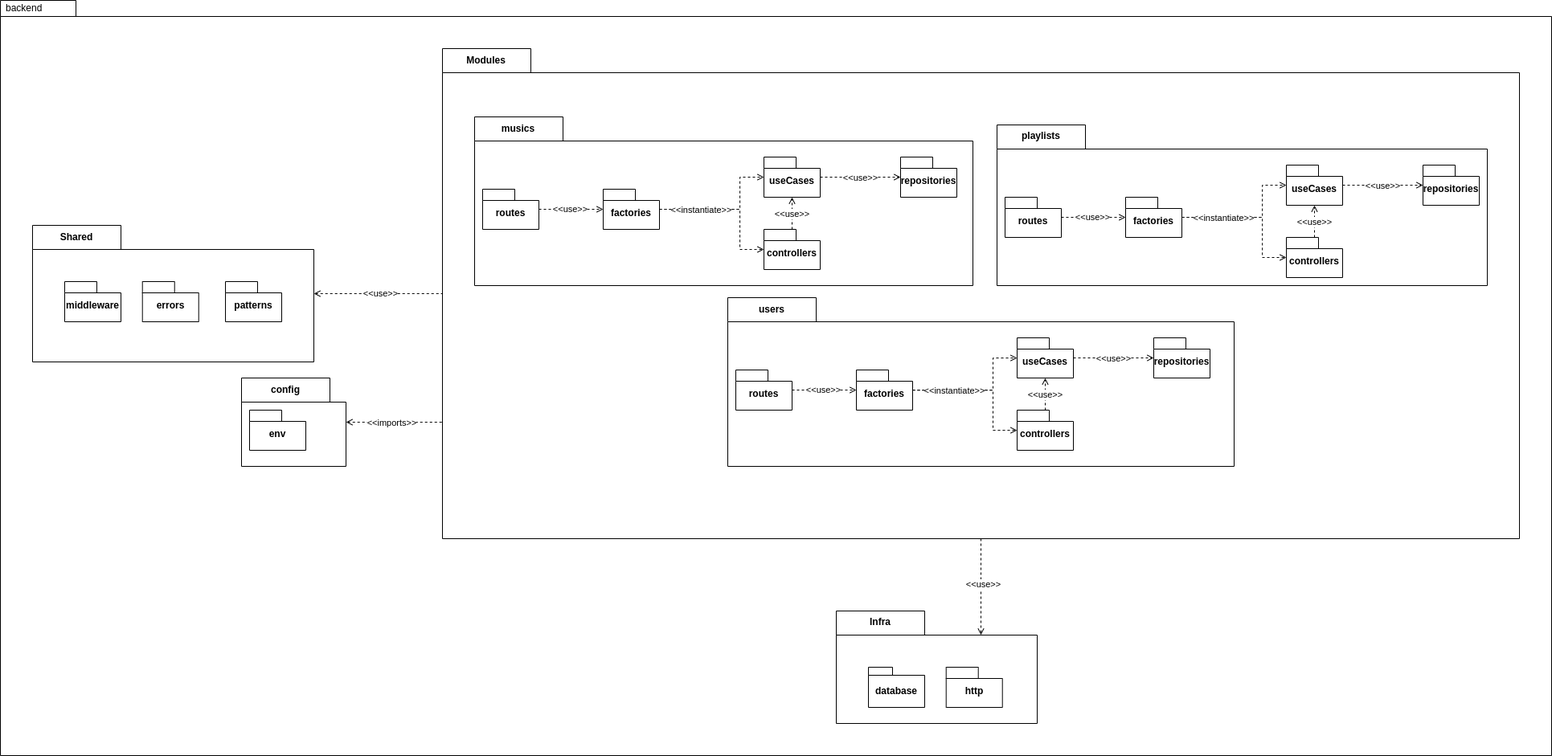
This is docs/assets/uml/DiagramaDePacotes.png from UnBArqDsw2024-1/2024.1_G10_My_Lyrics, a draw.io export, as it was before one commit. Source tidied: cells renumbered, new cells last; positions are measured from the earlier drawing's top-left corner, leaving out a move shared by most shapes.
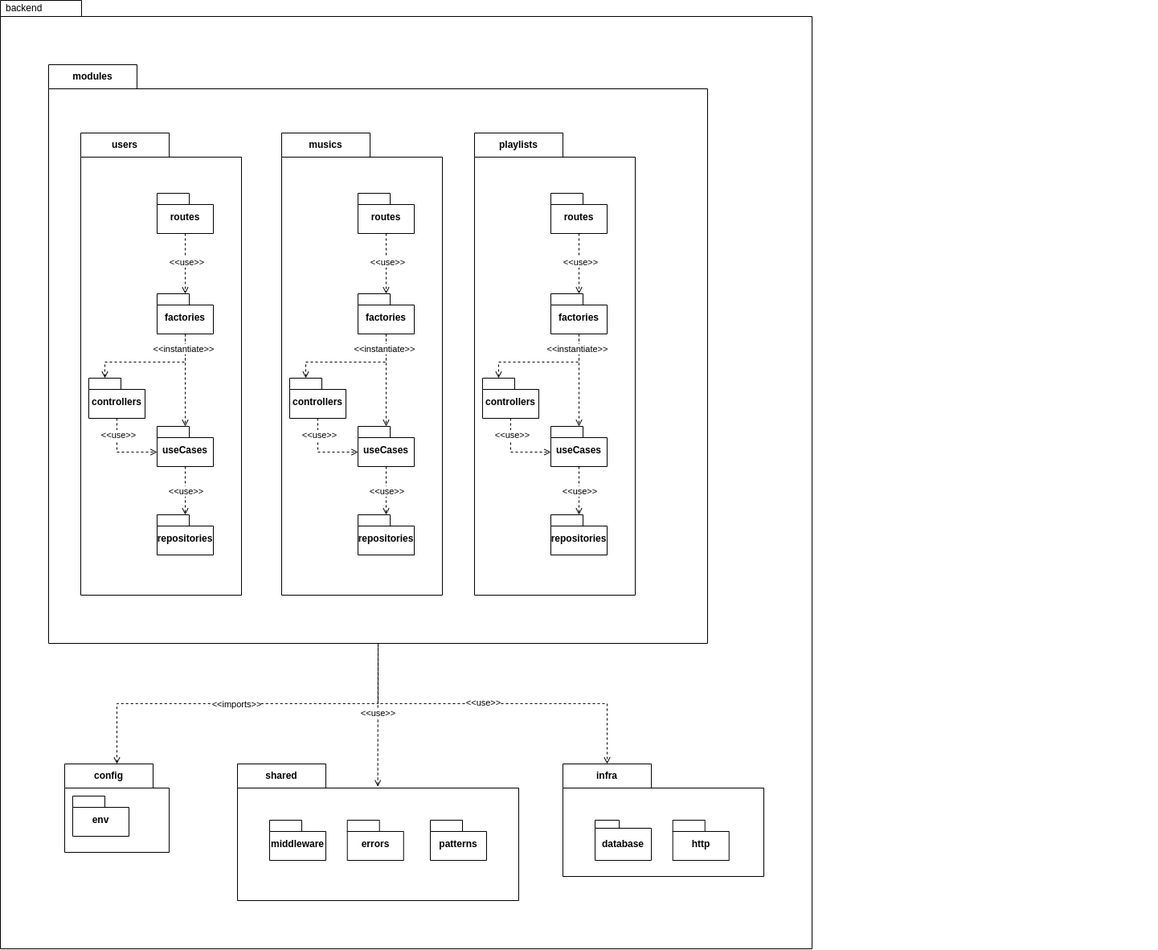
The same file after the commit.

The edit, as a diff of the source:
```diff
@@ -5,6 +5,6 @@
     <mxCell id="2" value="backend" style="shape=folder;xSize=90;align=left;spacingLeft=10;align=left;verticalAlign=top;spacingLeft=5;spacingTop=-4;tabWidth=70;tabHeight=20;tabPosition=left;html=1;" parent="1" vertex="1">
-      <mxGeometry width="1930" height="940" as="geometry" />
+      <mxGeometry x="20" y="1050" width="1010" height="1180" as="geometry" />
     </mxCell>
-    <mxCell id="3" value="Modules" style="shape=folder;fontStyle=1;tabWidth=110;tabHeight=30;tabPosition=left;html=1;boundedLbl=1;labelInHeader=1;whiteSpace=wrap;" parent="1" vertex="1">
-      <mxGeometry x="550" y="60" width="1340" height="610" as="geometry" />
+    <mxCell id="3" value="modules" style="shape=folder;fontStyle=1;tabWidth=110;tabHeight=30;tabPosition=left;html=1;boundedLbl=1;labelInHeader=1;whiteSpace=wrap;" parent="1" vertex="1">
+      <mxGeometry x="80" y="1130" width="820" height="720" as="geometry" />
     </mxCell>
@@ -16,3 +16,3 @@
     <mxCell id="5" value="users" style="shape=folder;fontStyle=1;tabWidth=110;tabHeight=30;tabPosition=left;html=1;boundedLbl=1;labelInHeader=1;whiteSpace=wrap;" parent="3" vertex="1">
-      <mxGeometry x="355" y="310" width="630" height="210" as="geometry" />
+      <mxGeometry x="40" y="85" width="200" height="575" as="geometry" />
     </mxCell>
@@ -23,7 +23,7 @@
     </mxCell>
-    <mxCell id="7" style="edgeStyle=orthogonalEdgeStyle;rounded=0;jettySize=auto;html=1;dashed=1;endArrow=open;endFill=0;" parent="5" edge="1" source="10" target="14">
+    <mxCell id="7" style="edgeStyle=orthogonalEdgeStyle;rounded=0;jettySize=auto;html=1;dashed=1;endArrow=open;endFill=0;entryX=0;entryY=0;entryDx=20;entryDy=0;entryPerimeter=0;" parent="5" edge="1" source="10" target="20">
       <mxGeometry relative="1" as="geometry">
         <Array as="points">
-          <mxPoint x="330" y="115" />
-          <mxPoint x="330" y="75" />
+          <mxPoint x="130" y="285" />
+          <mxPoint x="30" y="285" />
         </Array>
@@ -31,20 +31,13 @@
     </mxCell>
-    <mxCell id="8" style="edgeStyle=orthogonalEdgeStyle;rounded=0;jettySize=auto;html=1;endArrow=open;endFill=0;dashed=1;" parent="5" edge="1" source="10" target="20">
-      <mxGeometry relative="1" as="geometry">
-        <Array as="points">
-          <mxPoint x="330" y="115" />
-          <mxPoint x="330" y="165" />
-        </Array>
-      </mxGeometry>
+    <mxCell id="8" style="edgeStyle=orthogonalEdgeStyle;rounded=0;jettySize=auto;html=1;dashed=1;endArrow=open;endFill=0;" parent="5" edge="1" source="10" target="14">
+      <mxGeometry relative="1" as="geometry" />
     </mxCell>
     <mxCell id="9" value="&amp;lt;&amp;lt;instantiate&amp;gt;&amp;gt;" style="edgeLabel;html=1;align=center;verticalAlign=middle;" parent="8" vertex="1">
-      <mxGeometry x="-0.7" y="-1" relative="1" as="geometry">
-        <mxPoint x="24" y="-1" as="offset" />
-      </mxGeometry>
+      <mxGeometry x="-0.7" y="-3" relative="1" as="geometry" />
     </mxCell>
     <mxCell id="10" value="factories" style="shape=folder;fontStyle=1;spacingTop=10;tabWidth=40;tabHeight=14;tabPosition=left;html=1;whiteSpace=wrap;" parent="5" vertex="1">
-      <mxGeometry x="160" y="90" width="70" height="50" as="geometry" />
+      <mxGeometry x="95" y="200" width="70" height="50" as="geometry" />
     </mxCell>
     <mxCell id="11" value="repositories" style="shape=folder;fontStyle=1;spacingTop=10;tabWidth=40;tabHeight=14;tabPosition=left;html=1;whiteSpace=wrap;" parent="5" vertex="1">
-      <mxGeometry x="530" y="50" width="70" height="50" as="geometry" />
+      <mxGeometry x="95" y="475" width="70" height="50" as="geometry" />
     </mxCell>
@@ -57,3 +50,3 @@
     <mxCell id="14" value="useCases" style="shape=folder;fontStyle=1;spacingTop=10;tabWidth=40;tabHeight=14;tabPosition=left;html=1;whiteSpace=wrap;" parent="5" vertex="1">
-      <mxGeometry x="360" y="50" width="70" height="50" as="geometry" />
+      <mxGeometry x="95" y="365" width="70" height="50" as="geometry" />
     </mxCell>
@@ -66,5 +59,5 @@
     <mxCell id="17" value="routes" style="shape=folder;fontStyle=1;spacingTop=10;tabWidth=40;tabHeight=14;tabPosition=left;html=1;whiteSpace=wrap;" parent="5" vertex="1">
-      <mxGeometry x="10" y="90" width="70" height="50" as="geometry" />
+      <mxGeometry x="95" y="75" width="70" height="50" as="geometry" />
     </mxCell>
-    <mxCell id="18" style="edgeStyle=orthogonalEdgeStyle;rounded=0;jettySize=auto;html=1;dashed=1;endArrow=open;endFill=0;" parent="5" edge="1" source="20" target="14">
+    <mxCell id="18" style="edgeStyle=orthogonalEdgeStyle;rounded=0;jettySize=auto;html=1;exitX=0.5;exitY=1;exitDx=0;exitDy=0;exitPerimeter=0;entryX=0;entryY=0;entryDx=0;entryDy=32;entryPerimeter=0;dashed=1;endArrow=open;endFill=0;" parent="5" edge="1" source="20" target="14">
       <mxGeometry relative="1" as="geometry" />
@@ -72,9 +65,11 @@
     <mxCell id="19" value="&amp;lt;&amp;lt;use&amp;gt;&amp;gt;" style="edgeLabel;html=1;align=center;verticalAlign=middle;" parent="18" vertex="1">
-      <mxGeometry x="-0.04" y="1" relative="1" as="geometry" />
+      <mxGeometry x="0.24" y="-1" relative="1" as="geometry">
+        <mxPoint x="-15" y="-23" as="offset" />
+      </mxGeometry>
     </mxCell>
     <mxCell id="20" value="controllers" style="shape=folder;fontStyle=1;spacingTop=10;tabWidth=40;tabHeight=14;tabPosition=left;html=1;whiteSpace=wrap;" parent="5" vertex="1">
-      <mxGeometry x="360" y="140" width="70" height="50" as="geometry" />
+      <mxGeometry x="10" y="305" width="70" height="50" as="geometry" />
     </mxCell>
     <mxCell id="21" value="musics" style="shape=folder;fontStyle=1;tabWidth=110;tabHeight=30;tabPosition=left;html=1;boundedLbl=1;labelInHeader=1;whiteSpace=wrap;" parent="3" vertex="1">
-      <mxGeometry x="40" y="85" width="620" height="210" as="geometry" />
+      <mxGeometry x="290" y="85" width="200" height="575" as="geometry" />
     </mxCell>
@@ -85,7 +80,7 @@
     </mxCell>
-    <mxCell id="23" style="edgeStyle=orthogonalEdgeStyle;rounded=0;jettySize=auto;html=1;dashed=1;endArrow=open;endFill=0;" parent="21" edge="1" source="26" target="30">
+    <mxCell id="23" style="edgeStyle=orthogonalEdgeStyle;rounded=0;jettySize=auto;html=1;dashed=1;endArrow=open;endFill=0;entryX=0;entryY=0;entryDx=20;entryDy=0;entryPerimeter=0;" parent="21" edge="1" source="26" target="36">
       <mxGeometry relative="1" as="geometry">
         <Array as="points">
-          <mxPoint x="330" y="115" />
-          <mxPoint x="330" y="75" />
+          <mxPoint x="130" y="285" />
+          <mxPoint x="30" y="285" />
         </Array>
@@ -93,20 +88,13 @@
     </mxCell>
-    <mxCell id="24" style="edgeStyle=orthogonalEdgeStyle;rounded=0;jettySize=auto;html=1;endArrow=open;endFill=0;dashed=1;" parent="21" edge="1" source="26" target="36">
-      <mxGeometry relative="1" as="geometry">
-        <Array as="points">
-          <mxPoint x="330" y="115" />
-          <mxPoint x="330" y="165" />
-        </Array>
-      </mxGeometry>
+    <mxCell id="24" style="edgeStyle=orthogonalEdgeStyle;rounded=0;jettySize=auto;html=1;dashed=1;endArrow=open;endFill=0;" parent="21" edge="1" source="26" target="30">
+      <mxGeometry relative="1" as="geometry" />
     </mxCell>
     <mxCell id="25" value="&amp;lt;&amp;lt;instantiate&amp;gt;&amp;gt;" style="edgeLabel;html=1;align=center;verticalAlign=middle;" parent="24" vertex="1">
-      <mxGeometry x="-0.7" y="-1" relative="1" as="geometry">
-        <mxPoint x="24" y="-1" as="offset" />
-      </mxGeometry>
+      <mxGeometry x="-0.7" y="-3" relative="1" as="geometry" />
     </mxCell>
     <mxCell id="26" value="factories" style="shape=folder;fontStyle=1;spacingTop=10;tabWidth=40;tabHeight=14;tabPosition=left;html=1;whiteSpace=wrap;" parent="21" vertex="1">
-      <mxGeometry x="160" y="90" width="70" height="50" as="geometry" />
+      <mxGeometry x="95" y="200" width="70" height="50" as="geometry" />
     </mxCell>
     <mxCell id="27" value="repositories" style="shape=folder;fontStyle=1;spacingTop=10;tabWidth=40;tabHeight=14;tabPosition=left;html=1;whiteSpace=wrap;" parent="21" vertex="1">
-      <mxGeometry x="530" y="50" width="70" height="50" as="geometry" />
+      <mxGeometry x="95" y="475" width="70" height="50" as="geometry" />
     </mxCell>
@@ -119,3 +107,3 @@
     <mxCell id="30" value="useCases" style="shape=folder;fontStyle=1;spacingTop=10;tabWidth=40;tabHeight=14;tabPosition=left;html=1;whiteSpace=wrap;" parent="21" vertex="1">
-      <mxGeometry x="360" y="50" width="70" height="50" as="geometry" />
+      <mxGeometry x="95" y="365" width="70" height="50" as="geometry" />
     </mxCell>
@@ -128,5 +116,5 @@
     <mxCell id="33" value="routes" style="shape=folder;fontStyle=1;spacingTop=10;tabWidth=40;tabHeight=14;tabPosition=left;html=1;whiteSpace=wrap;" parent="21" vertex="1">
-      <mxGeometry x="10" y="90" width="70" height="50" as="geometry" />
+      <mxGeometry x="95" y="75" width="70" height="50" as="geometry" />
     </mxCell>
-    <mxCell id="34" style="edgeStyle=orthogonalEdgeStyle;rounded=0;jettySize=auto;html=1;dashed=1;endArrow=open;endFill=0;" parent="21" edge="1" source="36" target="30">
+    <mxCell id="34" style="edgeStyle=orthogonalEdgeStyle;rounded=0;jettySize=auto;html=1;exitX=0.5;exitY=1;exitDx=0;exitDy=0;exitPerimeter=0;entryX=0;entryY=0;entryDx=0;entryDy=32;entryPerimeter=0;dashed=1;endArrow=open;endFill=0;" parent="21" edge="1" source="36" target="30">
       <mxGeometry relative="1" as="geometry" />
@@ -134,9 +122,11 @@
     <mxCell id="35" value="&amp;lt;&amp;lt;use&amp;gt;&amp;gt;" style="edgeLabel;html=1;align=center;verticalAlign=middle;" parent="34" vertex="1">
-      <mxGeometry x="-0.04" y="1" relative="1" as="geometry" />
+      <mxGeometry x="0.24" y="-1" relative="1" as="geometry">
+        <mxPoint x="-15" y="-23" as="offset" />
+      </mxGeometry>
     </mxCell>
     <mxCell id="36" value="controllers" style="shape=folder;fontStyle=1;spacingTop=10;tabWidth=40;tabHeight=14;tabPosition=left;html=1;whiteSpace=wrap;" parent="21" vertex="1">
-      <mxGeometry x="360" y="140" width="70" height="50" as="geometry" />
+      <mxGeometry x="10" y="305" width="70" height="50" as="geometry" />
     </mxCell>
     <mxCell id="37" value="playlists" style="shape=folder;fontStyle=1;tabWidth=110;tabHeight=30;tabPosition=left;html=1;boundedLbl=1;labelInHeader=1;whiteSpace=wrap;" parent="3" vertex="1">
-      <mxGeometry x="690" y="95" width="610" height="200" as="geometry" />
+      <mxGeometry x="530" y="85" width="200" height="575" as="geometry" />
     </mxCell>
@@ -147,7 +137,7 @@
     </mxCell>
-    <mxCell id="39" style="edgeStyle=orthogonalEdgeStyle;rounded=0;jettySize=auto;html=1;dashed=1;endArrow=open;endFill=0;" parent="37" edge="1" source="42" target="46">
+    <mxCell id="39" style="edgeStyle=orthogonalEdgeStyle;rounded=0;jettySize=auto;html=1;dashed=1;endArrow=open;endFill=0;entryX=0;entryY=0;entryDx=20;entryDy=0;entryPerimeter=0;" parent="37" edge="1" source="42" target="52">
       <mxGeometry relative="1" as="geometry">
         <Array as="points">
-          <mxPoint x="330" y="115" />
-          <mxPoint x="330" y="75" />
+          <mxPoint x="130" y="285" />
+          <mxPoint x="30" y="285" />
         </Array>
@@ -155,20 +145,13 @@
     </mxCell>
-    <mxCell id="40" style="edgeStyle=orthogonalEdgeStyle;rounded=0;jettySize=auto;html=1;endArrow=open;endFill=0;dashed=1;" parent="37" edge="1" source="42" target="52">
-      <mxGeometry relative="1" as="geometry">
-        <Array as="points">
-          <mxPoint x="330" y="115" />
-          <mxPoint x="330" y="165" />
-        </Array>
-      </mxGeometry>
+    <mxCell id="40" style="edgeStyle=orthogonalEdgeStyle;rounded=0;jettySize=auto;html=1;dashed=1;endArrow=open;endFill=0;" parent="37" edge="1" source="42" target="46">
+      <mxGeometry relative="1" as="geometry" />
     </mxCell>
     <mxCell id="41" value="&amp;lt;&amp;lt;instantiate&amp;gt;&amp;gt;" style="edgeLabel;html=1;align=center;verticalAlign=middle;" parent="40" vertex="1">
-      <mxGeometry x="-0.7" y="-1" relative="1" as="geometry">
-        <mxPoint x="24" y="-1" as="offset" />
-      </mxGeometry>
+      <mxGeometry x="-0.7" y="-3" relative="1" as="geometry" />
     </mxCell>
     <mxCell id="42" value="factories" style="shape=folder;fontStyle=1;spacingTop=10;tabWidth=40;tabHeight=14;tabPosition=left;html=1;whiteSpace=wrap;" parent="37" vertex="1">
-      <mxGeometry x="160" y="90" width="70" height="50" as="geometry" />
+      <mxGeometry x="95" y="200" width="70" height="50" as="geometry" />
     </mxCell>
     <mxCell id="43" value="repositories" style="shape=folder;fontStyle=1;spacingTop=10;tabWidth=40;tabHeight=14;tabPosition=left;html=1;whiteSpace=wrap;" parent="37" vertex="1">
-      <mxGeometry x="530" y="50" width="70" height="50" as="geometry" />
+      <mxGeometry x="95" y="475" width="70" height="50" as="geometry" />
     </mxCell>
@@ -181,3 +164,3 @@
     <mxCell id="46" value="useCases" style="shape=folder;fontStyle=1;spacingTop=10;tabWidth=40;tabHeight=14;tabPosition=left;html=1;whiteSpace=wrap;" parent="37" vertex="1">
-      <mxGeometry x="360" y="50" width="70" height="50" as="geometry" />
+      <mxGeometry x="95" y="365" width="70" height="50" as="geometry" />
     </mxCell>
@@ -190,5 +173,5 @@
     <mxCell id="49" value="routes" style="shape=folder;fontStyle=1;spacingTop=10;tabWidth=40;tabHeight=14;tabPosition=left;html=1;whiteSpace=wrap;" parent="37" vertex="1">
-      <mxGeometry x="10" y="90" width="70" height="50" as="geometry" />
+      <mxGeometry x="95" y="75" width="70" height="50" as="geometry" />
     </mxCell>
-    <mxCell id="50" style="edgeStyle=orthogonalEdgeStyle;rounded=0;jettySize=auto;html=1;dashed=1;endArrow=open;endFill=0;" parent="37" edge="1" source="52" target="46">
+    <mxCell id="50" style="edgeStyle=orthogonalEdgeStyle;rounded=0;jettySize=auto;html=1;exitX=0.5;exitY=1;exitDx=0;exitDy=0;exitPerimeter=0;entryX=0;entryY=0;entryDx=0;entryDy=32;entryPerimeter=0;dashed=1;endArrow=open;endFill=0;" parent="37" edge="1" source="52" target="46">
       <mxGeometry relative="1" as="geometry" />
@@ -196,8 +179,10 @@
     <mxCell id="51" value="&amp;lt;&amp;lt;use&amp;gt;&amp;gt;" style="edgeLabel;html=1;align=center;verticalAlign=middle;" parent="50" vertex="1">
-      <mxGeometry x="-0.04" y="1" relative="1" as="geometry" />
+      <mxGeometry x="0.24" y="-1" relative="1" as="geometry">
+        <mxPoint x="-15" y="-23" as="offset" />
+      </mxGeometry>
     </mxCell>
     <mxCell id="52" value="controllers" style="shape=folder;fontStyle=1;spacingTop=10;tabWidth=40;tabHeight=14;tabPosition=left;html=1;whiteSpace=wrap;" parent="37" vertex="1">
-      <mxGeometry x="360" y="140" width="70" height="50" as="geometry" />
+      <mxGeometry x="10" y="305" width="70" height="50" as="geometry" />
     </mxCell>
-    <mxCell id="53" style="edgeStyle=orthogonalEdgeStyle;rounded=0;jettySize=auto;html=1;endArrow=none;endFill=0;startArrow=open;startFill=0;dashed=1;" parent="1" edge="1" source="55" target="3">
+    <mxCell id="53" style="edgeStyle=orthogonalEdgeStyle;rounded=0;jettySize=auto;html=1;endArrow=none;endFill=0;startArrow=open;startFill=0;dashed=1;exitX=0.499;exitY=0.166;exitDx=0;exitDy=0;exitPerimeter=0;" parent="1" edge="1" source="55" target="3">
       <mxGeometry relative="1" as="geometry" />
@@ -207,4 +192,4 @@
     </mxCell>
-    <mxCell id="55" value="Shared" style="shape=folder;fontStyle=1;tabWidth=110;tabHeight=30;tabPosition=left;html=1;boundedLbl=1;labelInHeader=1;whiteSpace=wrap;" parent="1" vertex="1">
-      <mxGeometry x="40" y="280" width="350" height="170" as="geometry" />
+    <mxCell id="55" value="shared" style="shape=folder;fontStyle=1;tabWidth=110;tabHeight=30;tabPosition=left;html=1;boundedLbl=1;labelInHeader=1;whiteSpace=wrap;" parent="1" vertex="1">
+      <mxGeometry x="315" y="2000" width="350" height="170" as="geometry" />
     </mxCell>
@@ -225,3 +210,3 @@
     <mxCell id="60" value="config" style="shape=folder;fontStyle=1;tabWidth=110;tabHeight=30;tabPosition=left;html=1;boundedLbl=1;labelInHeader=1;whiteSpace=wrap;" parent="1" vertex="1">
-      <mxGeometry x="300" y="470" width="130" height="110" as="geometry" />
+      <mxGeometry x="100" y="2000" width="130" height="110" as="geometry" />
     </mxCell>
@@ -235,3 +220,3 @@
     </mxCell>
-    <mxCell id="63" style="edgeStyle=orthogonalEdgeStyle;rounded=0;jettySize=auto;html=1;entryX=0;entryY=0;entryDx=0;entryDy=465;entryPerimeter=0;endArrow=none;endFill=0;dashed=1;startArrow=open;startFill=0;" parent="1" edge="1" source="60" target="3">
+    <mxCell id="63" style="edgeStyle=orthogonalEdgeStyle;rounded=0;jettySize=auto;html=1;endArrow=none;endFill=0;dashed=1;startArrow=open;startFill=0;" parent="1" edge="1" source="60" target="3">
       <mxGeometry relative="1" as="geometry" />
@@ -241,4 +226,4 @@
     </mxCell>
-    <mxCell id="65" value="Infra" style="shape=folder;fontStyle=1;tabWidth=110;tabHeight=30;tabPosition=left;html=1;boundedLbl=1;labelInHeader=1;whiteSpace=wrap;" parent="1" vertex="1">
-      <mxGeometry x="1040" y="760" width="250" height="140" as="geometry" />
+    <mxCell id="65" value="infra" style="shape=folder;fontStyle=1;tabWidth=110;tabHeight=30;tabPosition=left;html=1;boundedLbl=1;labelInHeader=1;whiteSpace=wrap;" parent="1" vertex="1">
+      <mxGeometry x="720" y="2000" width="250" height="140" as="geometry" />
     </mxCell>
@@ -255,3 +240,3 @@
     </mxCell>
-    <mxCell id="69" style="edgeStyle=orthogonalEdgeStyle;rounded=0;jettySize=auto;html=1;entryX=0;entryY=0;entryDx=180;entryDy=30;entryPerimeter=0;dashed=1;endArrow=open;endFill=0;" parent="1" edge="1" source="3" target="65">
+    <mxCell id="69" style="edgeStyle=orthogonalEdgeStyle;rounded=0;jettySize=auto;html=1;dashed=1;endArrow=open;endFill=0;entryX=0;entryY=0;entryDx=55;entryDy=0;entryPerimeter=0;" parent="1" edge="1" source="3" target="65">
       <mxGeometry relative="1" as="geometry" />
```
